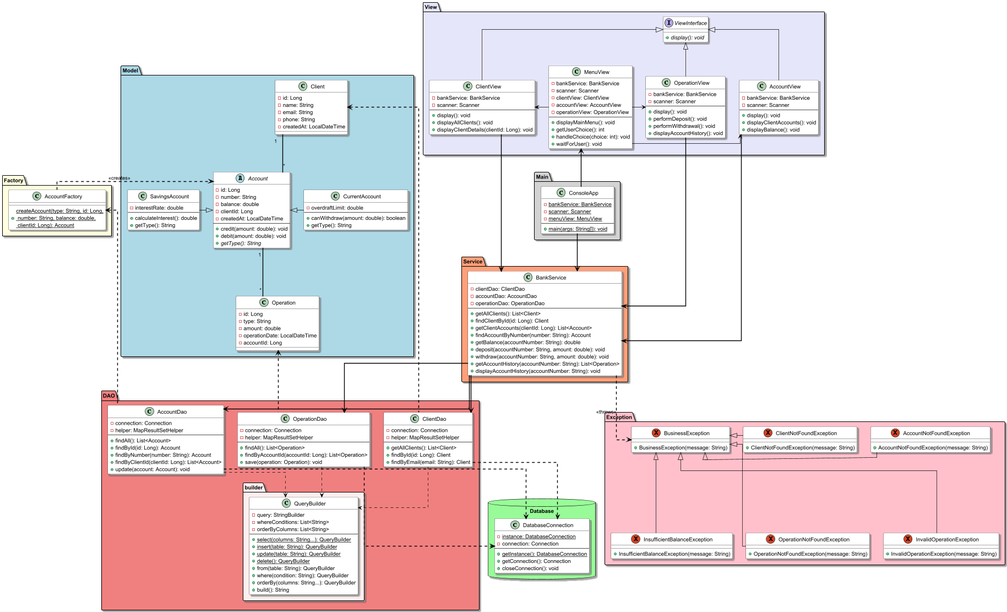
This is docs/Class/TP_Bank_v2.png from john7440/Tp-Bank-Design-Pattern, a PlantUML export, as it was before one commit.
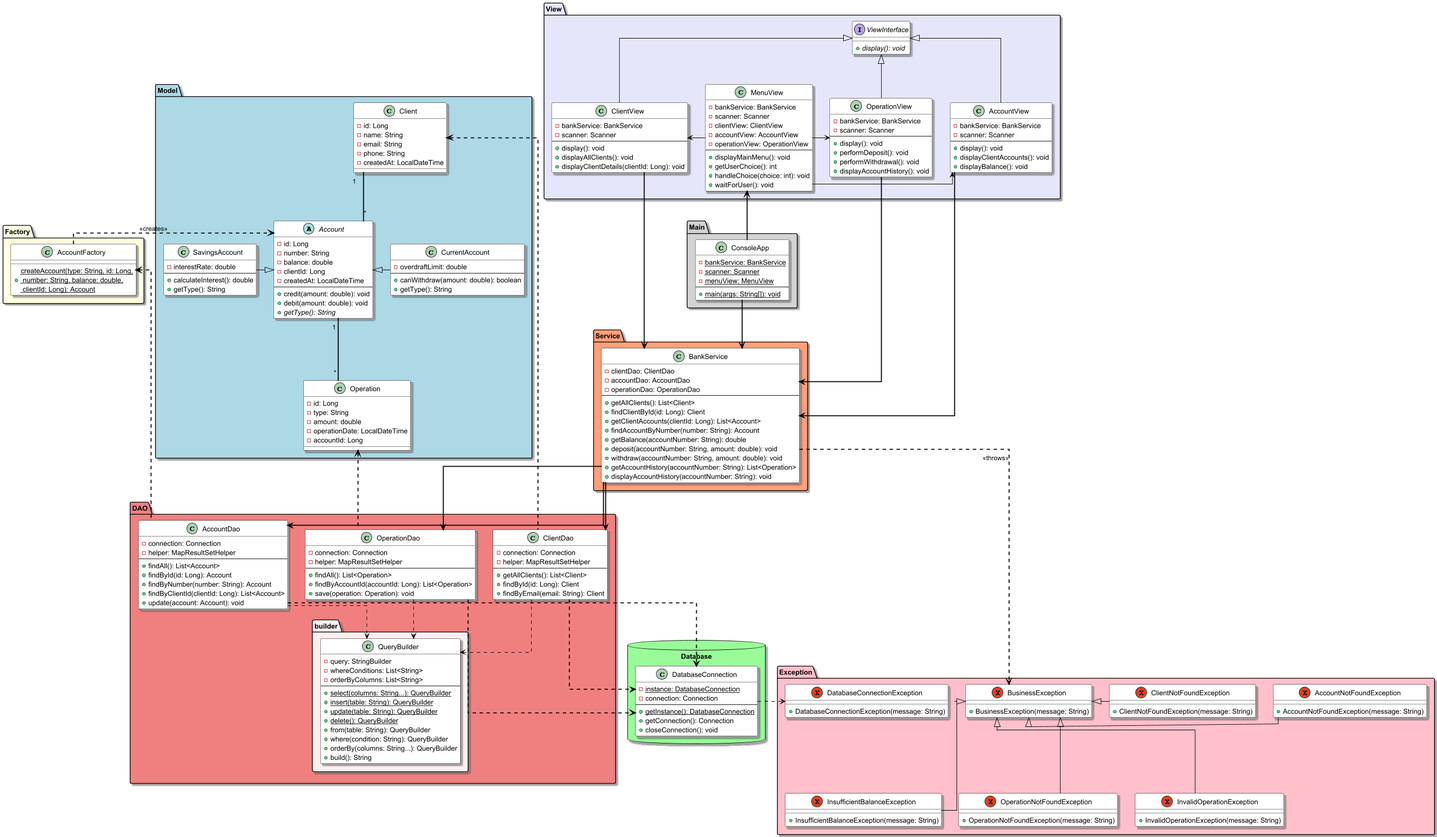
The same file after the commit.

Commit message:
mise a jour du diagramme de classe avec les nouvelles exceptions

Diff of the diagram source:
```diff
@@ -205,6 +205,10 @@
         + InvalidOperationException(message: String)
     }
 
+    exception DatabaseConnectionException{
+        + DatabaseConnectionException(message: String)
+    }
+
     AccountNotFoundException -left|> BusinessException
     ClientNotFoundException -left-|> BusinessException
     InsufficientBalanceException -up-|> BusinessException
@@ -214,6 +218,7 @@
 }
 
 BankService .[bold,dashed,thickness=2].> BusinessException : <<throws>>
+DatabaseConnection .right.> DatabaseConnectionException
 
 package "View" <<view>> {
 
```
